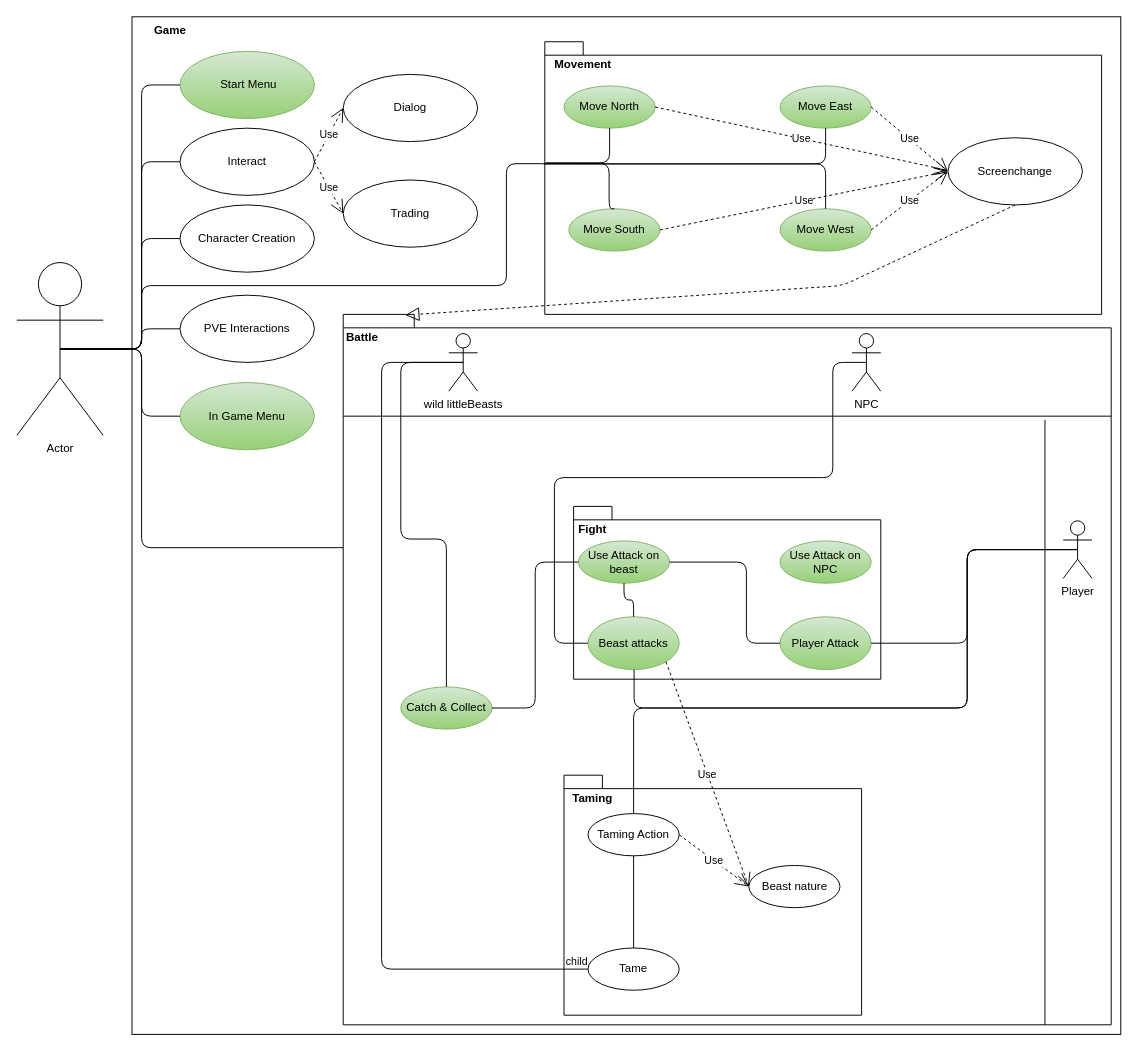
Earlier version of the draw.io diagram useCases/diagrams/use_cases.drawio (LittleBeasts/documentation). Source tidied: cells renumbered, new cells numbered last; positions are measured from the earlier drawing's top-left corner, leaving out a move shared by most shapes. Both pictures are drawn from the tidied source at 96%, with x=0, y=0 at pixel (16, 16).
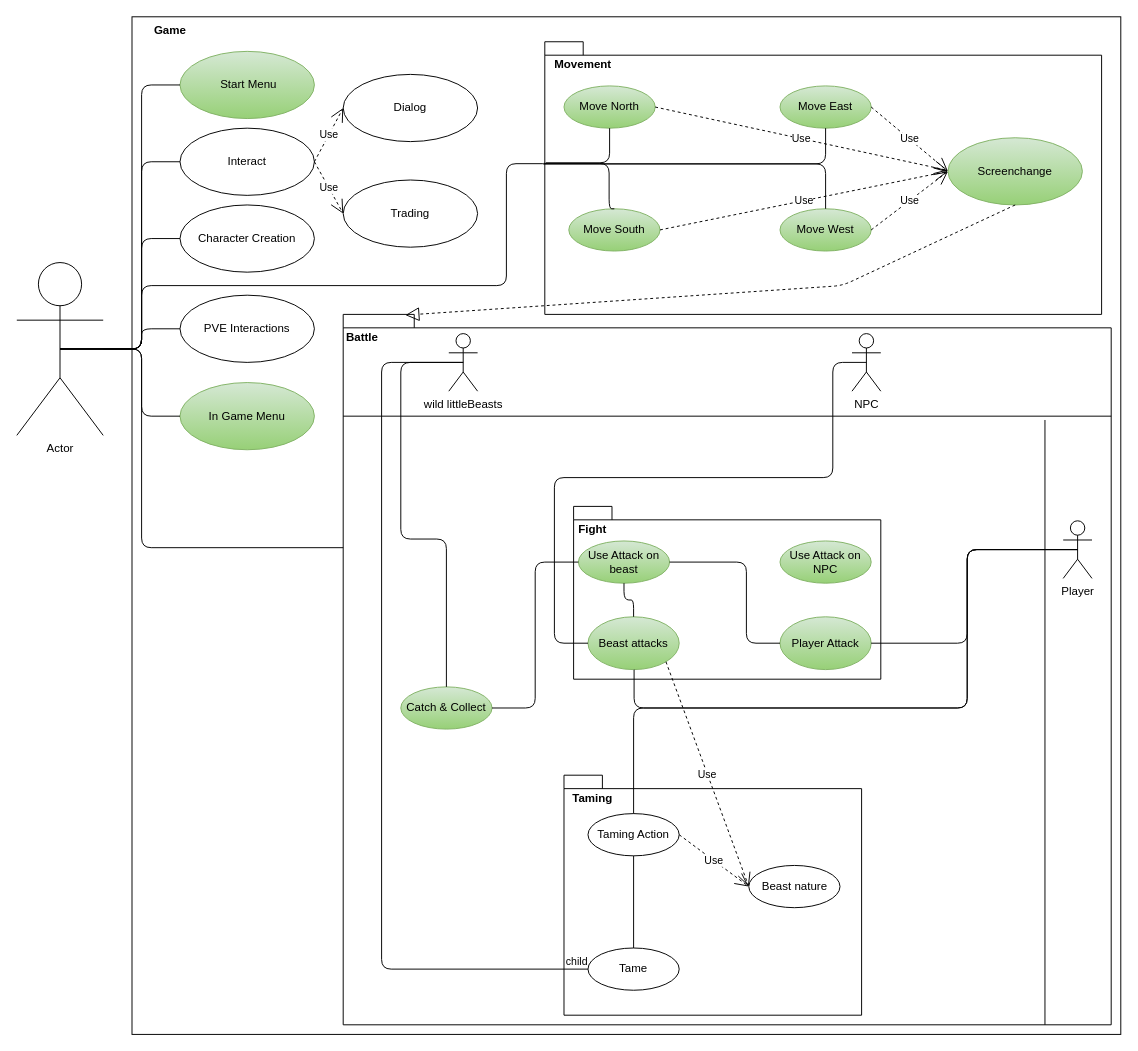
Above is the later version.

Diff of the diagram source:
```diff
@@
-    <mxCell id="54" value="Screenchange" style="ellipse;whiteSpace=wrap;html=1;" parent="1" vertex="1">
+    <mxCell id="54" value="Screenchange" style="ellipse;whiteSpace=wrap;html=1;gradientColor=#97d077;fillColor=#d5e8d4;strokeColor=#82b366;" parent="1" vertex="1">
       <mxGeometry x="970" y="126" width="140" height="70" as="geometry" />
     </mxCell>
```
